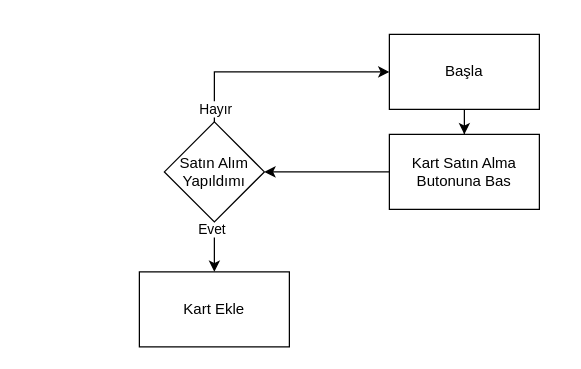
This is TidalOfPupetsV1.0/TidalOfPupetsStore.drawio from RecepCanSarac/TidalOfPuppetsV1.0, a draw.io file, before an edit. Source tidied: cells renumbered, new cells numbered last; positions are measured from the earlier drawing's top-left corner, leaving out a move shared by most shapes. Both pictures are drawn from the tidied source at 125%, with x=0, y=0 at pixel (139, 34).
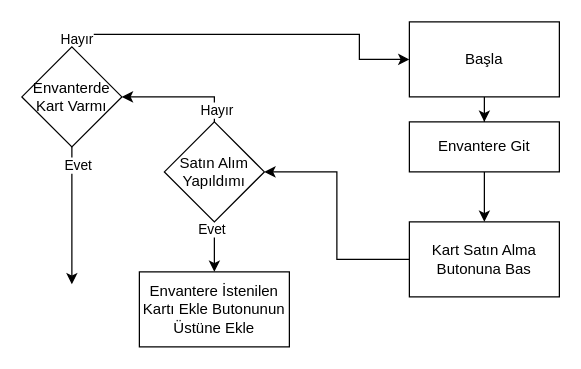
The same page after the edit.

The change refers to these unchanged cells:
```xml
<mxCell id="10" value="Satın Alım Yapıldımı" style="rhombus;whiteSpace=wrap;html=1;rounded=0;" parent="1" vertex="1">
  <mxGeometry x="20" y="70" width="80" height="80" as="geometry" />
</mxCell>
```

Change to the diagram source:
```diff
@@
-    <mxCell id="2" style="edgeStyle=orthogonalEdgeStyle;rounded=0;jettySize=auto;html=1;" parent="1" edge="1" source="3" target="5">
-      <mxGeometry relative="1" as="geometry" />
-    </mxCell>
+    <mxCell id="12" style="edgeStyle=orthogonalEdgeStyle;rounded=0;jettySize=auto;html=1;entryX=0.5;entryY=0;entryDx=0;entryDy=0;" parent="1" edge="1" source="3" target="16">
+      <mxGeometry relative="1" as="geometry" />
+    </mxCell>
     <mxCell id="3" value="Başla" style="rounded=0;whiteSpace=wrap;html=1;" parent="1" vertex="1">
-      <mxGeometry x="200" width="120" height="60" as="geometry" />
+      <mxGeometry x="216" y="-10" width="120" height="60" as="geometry" />
     </mxCell>
@@
     <mxCell id="5" value="Kart Satın Alma Butonuna Bas" style="whiteSpace=wrap;html=1;rounded=0;" parent="1" vertex="1">
-      <mxGeometry x="200" y="80" width="120" height="60" as="geometry" />
+      <mxGeometry x="216" y="150" width="120" height="60" as="geometry" />
     </mxCell>
-    <mxCell id="6" style="edgeStyle=orthogonalEdgeStyle;rounded=0;jettySize=auto;html=1;entryX=0;entryY=0.5;entryDx=0;entryDy=0;" parent="1" edge="1" source="10" target="3">
-      <mxGeometry relative="1" as="geometry">
-        <Array as="points">
-          <mxPoint x="60" y="30" />
-        </Array>
-      </mxGeometry>
-    </mxCell>
-    <mxCell id="7" value="Hayır" style="edgeLabel;html=1;align=center;verticalAlign=middle;" parent="6" vertex="1">
-      <mxGeometry x="-0.88" relative="1" as="geometry" />
-    </mxCell>
@@
+    <mxCell id="13" style="edgeStyle=orthogonalEdgeStyle;rounded=0;jettySize=auto;html=1;exitX=0.5;exitY=0;exitDx=0;exitDy=0;" parent="1" edge="1" source="10" target="21">
+      <mxGeometry relative="1" as="geometry" />
+    </mxCell>
+    <mxCell id="14" value="Hayır" style="edgeLabel;html=1;align=center;verticalAlign=middle;" parent="13" vertex="1">
+      <mxGeometry x="-0.79" y="-1" relative="1" as="geometry" />
+    </mxCell>
@@
-    <mxCell id="11" value="Kart Ekle" style="whiteSpace=wrap;html=1;rounded=0;" parent="1" vertex="1">
+    <mxCell id="11" value="Envantere İstenilen Kartı Ekle Butonunun Üstüne Ekle" style="whiteSpace=wrap;html=1;rounded=0;" parent="1" vertex="1">
       <mxGeometry y="190" width="120" height="60" as="geometry" />
     </mxCell>
+    <mxCell id="15" style="edgeStyle=orthogonalEdgeStyle;rounded=0;jettySize=auto;html=1;exitX=0.5;exitY=1;exitDx=0;exitDy=0;entryX=0.5;entryY=0;entryDx=0;entryDy=0;" parent="1" edge="1" source="16" target="5">
+      <mxGeometry relative="1" as="geometry" />
+    </mxCell>
+    <mxCell id="16" value="Envantere Git" style="rounded=0;whiteSpace=wrap;html=1;" parent="1" vertex="1">
+      <mxGeometry x="216" y="70" width="120" height="40" as="geometry" />
+    </mxCell>
+    <mxCell id="17" style="edgeStyle=orthogonalEdgeStyle;rounded=0;jettySize=auto;html=1;entryX=0;entryY=0.5;entryDx=0;entryDy=0;" parent="1" edge="1" source="21" target="3">
+      <mxGeometry relative="1" as="geometry">
+        <Array as="points">
+          <mxPoint x="-54" />
+          <mxPoint x="176" />
+          <mxPoint x="176" y="20" />
+        </Array>
+      </mxGeometry>
+    </mxCell>
+    <mxCell id="18" value="Hayır" style="edgeLabel;html=1;align=center;verticalAlign=middle;" parent="17" vertex="1">
+      <mxGeometry x="-0.91" y="-3" relative="1" as="geometry" />
+    </mxCell>
+    <mxCell id="19" style="edgeStyle=orthogonalEdgeStyle;rounded=0;jettySize=auto;html=1;exitX=0.5;exitY=1;exitDx=0;exitDy=0;" parent="1" edge="1" source="21">
+      <mxGeometry relative="1" as="geometry">
+        <mxPoint x="-54" y="200" as="targetPoint" />
+      </mxGeometry>
+    </mxCell>
+    <mxCell id="20" value="Evet" style="edgeLabel;html=1;align=center;verticalAlign=middle;" parent="19" vertex="1">
+      <mxGeometry x="-0.75" y="4" relative="1" as="geometry" />
+    </mxCell>
+    <mxCell id="21" value="Envanterde Kart Varmı" style="rhombus;whiteSpace=wrap;html=1;" parent="1" vertex="1">
+      <mxGeometry x="-94" y="10" width="80" height="80" as="geometry" />
+    </mxCell>
```
